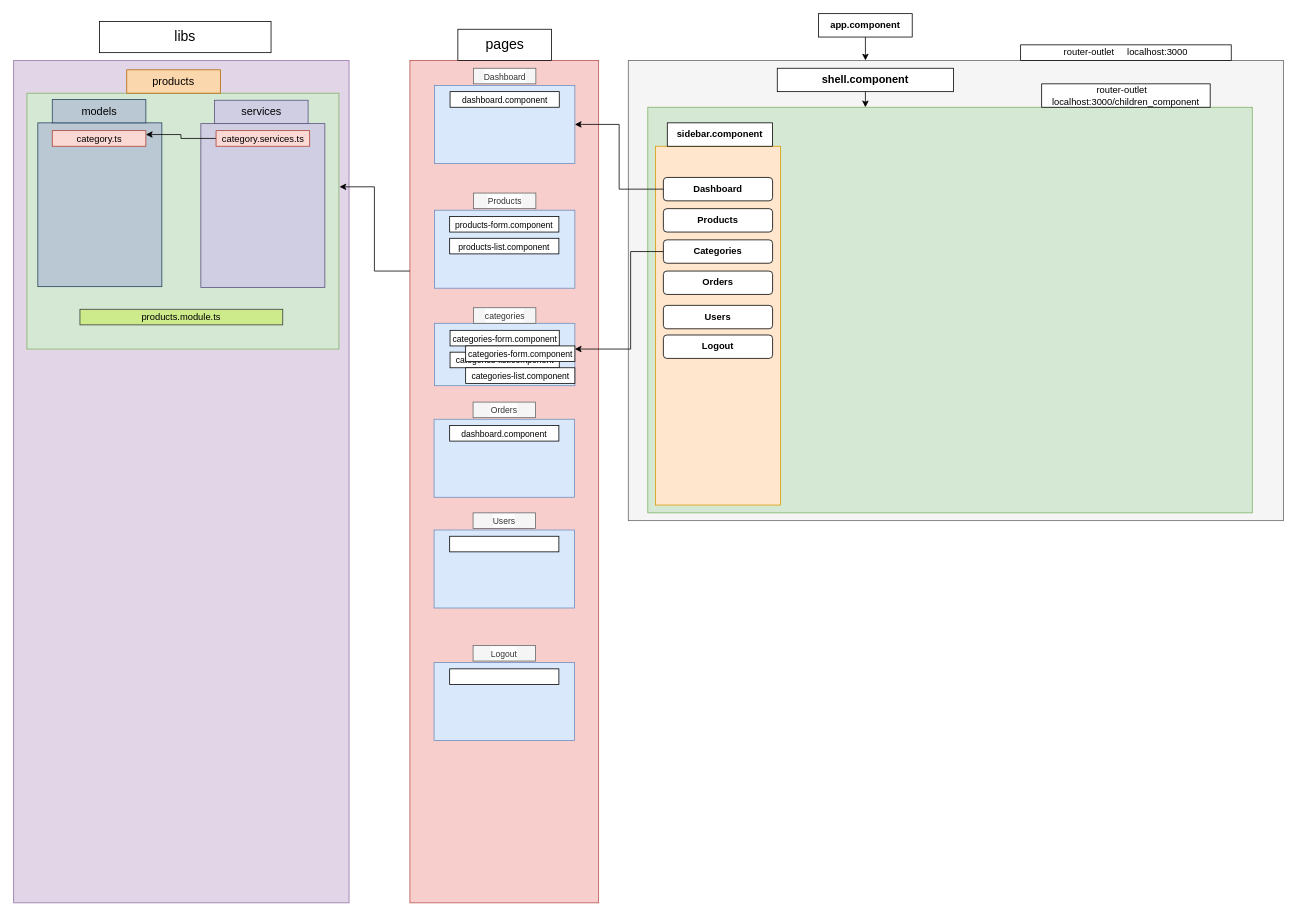
The draw.io diagram page "Page-3" (3 of 3) of yellowsign/yellow_sign.drawio in Binayak3666/My_Application_Drawing_Architect, before the edit. Source tidied: cells renumbered, new cells numbered last; positions are measured from the earlier drawing's top-left corner, leaving out a move shared by most shapes. Both pictures are drawn from the tidied source at 78%, with x=0, y=0 at pixel (13, 13).
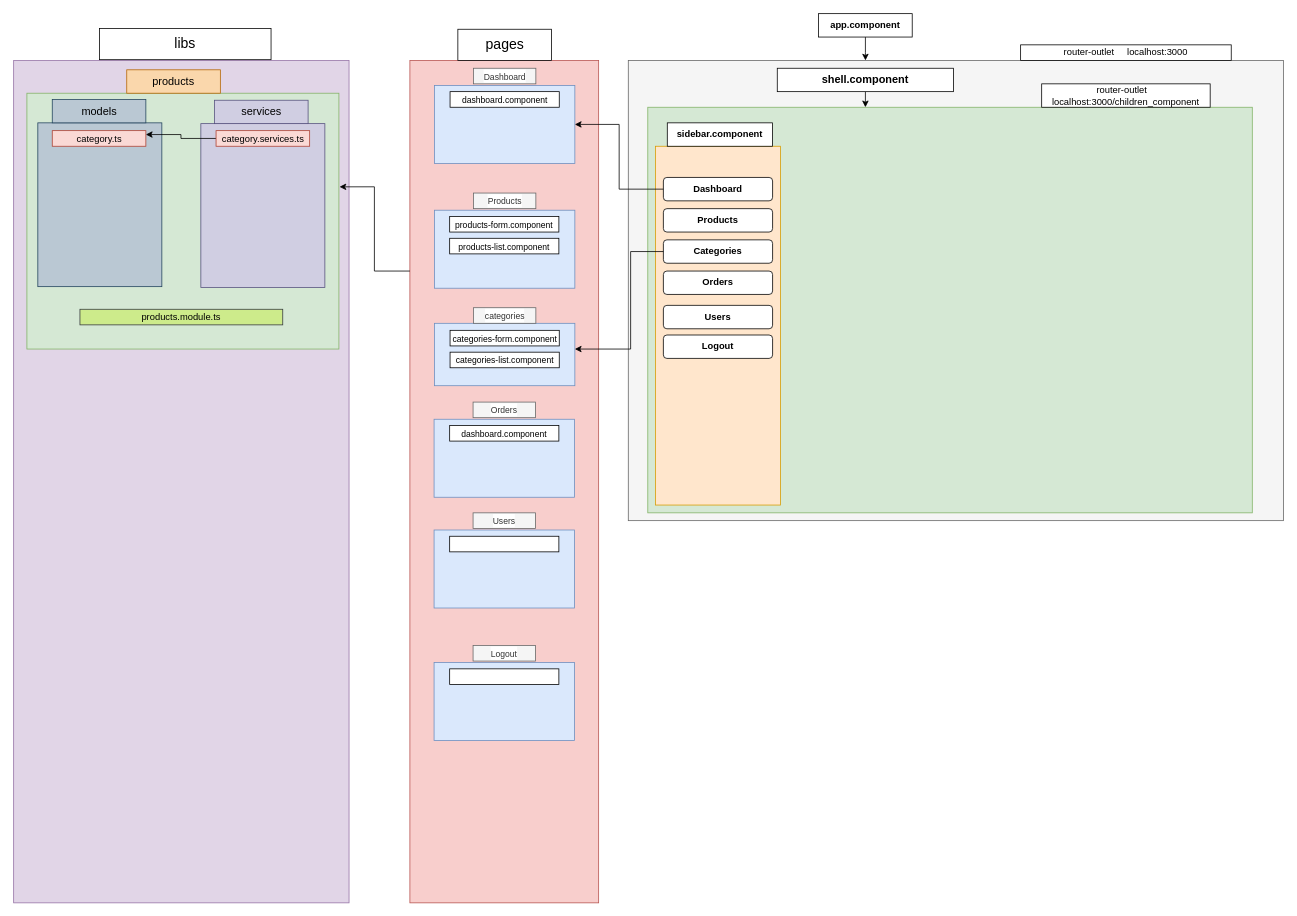
The same diagram, later.

Change to the diagram source:
```diff
@@
     <mxCell id="44" value="libs" style="rounded=0;whiteSpace=wrap;html=1;labelBackgroundColor=#FFFFFF;fontSize=18;fontColor=none;" parent="1" vertex="1">
-      <mxGeometry x="110" y="10" width="220" height="40" as="geometry" />
+      <mxGeometry x="110" y="19" width="220" height="40" as="geometry" />
     </mxCell>
@@
-    <mxCell id="47" value="&lt;font style=&quot;font-size: 11px;&quot;&gt;categories-form.component&lt;/font&gt;" style="rounded=0;whiteSpace=wrap;html=1;labelBackgroundColor=#FFFFFF;fontSize=14;strokeColor=default;" parent="1" vertex="1">
-      <mxGeometry x="579.5" y="426" width="140" height="20" as="geometry" />
-    </mxCell>
-    <mxCell id="48" value="&lt;font style=&quot;font-size: 11px;&quot;&gt;categories-list.component&lt;/font&gt;" style="rounded=0;whiteSpace=wrap;html=1;labelBackgroundColor=#FFFFFF;fontSize=14;strokeColor=default;" parent="1" vertex="1">
-      <mxGeometry x="579.5" y="454" width="140" height="20" as="geometry" />
-    </mxCell>
```
